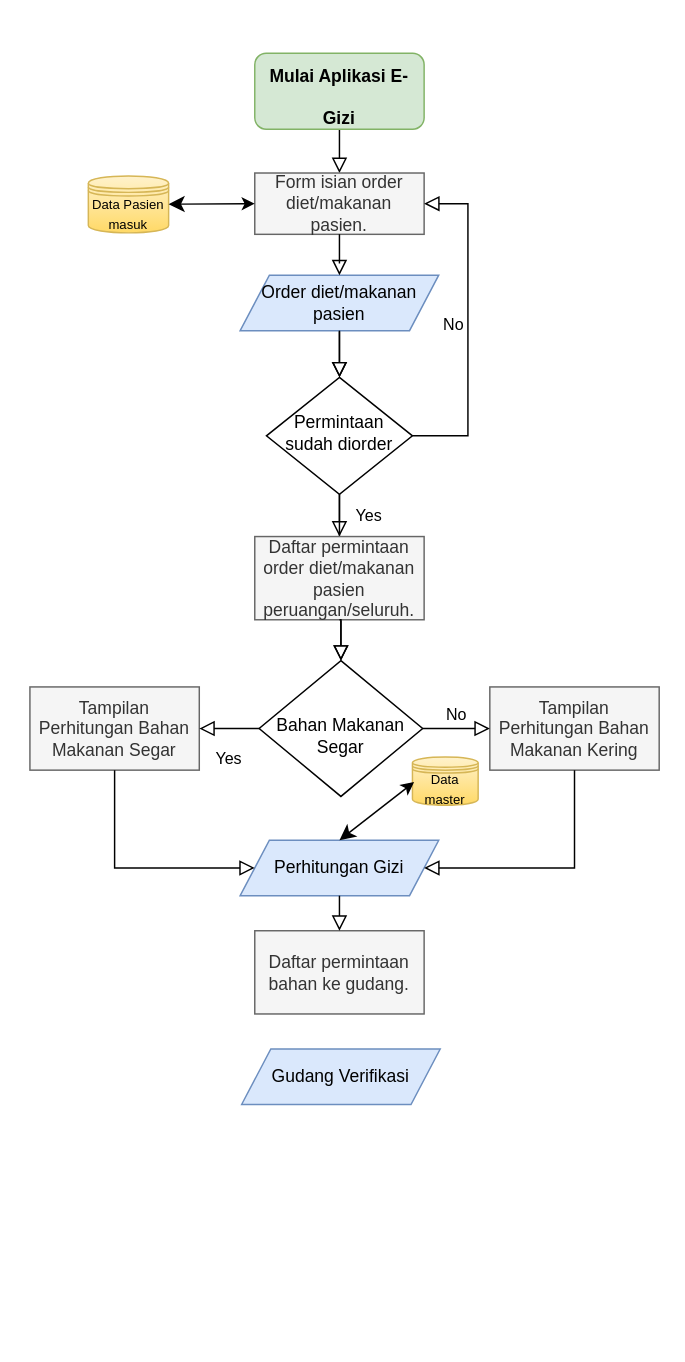
Earlier version of the draw.io diagram Untitled Diagram.drawio (YogaAPSY/blog). Source tidied: cells renumbered, new cells numbered last; positions are measured from the earlier drawing's top-left corner, leaving out a move shared by most shapes. Both pictures are drawn from the tidied source at 146%, with x=0, y=0 at pixel (29, 53).
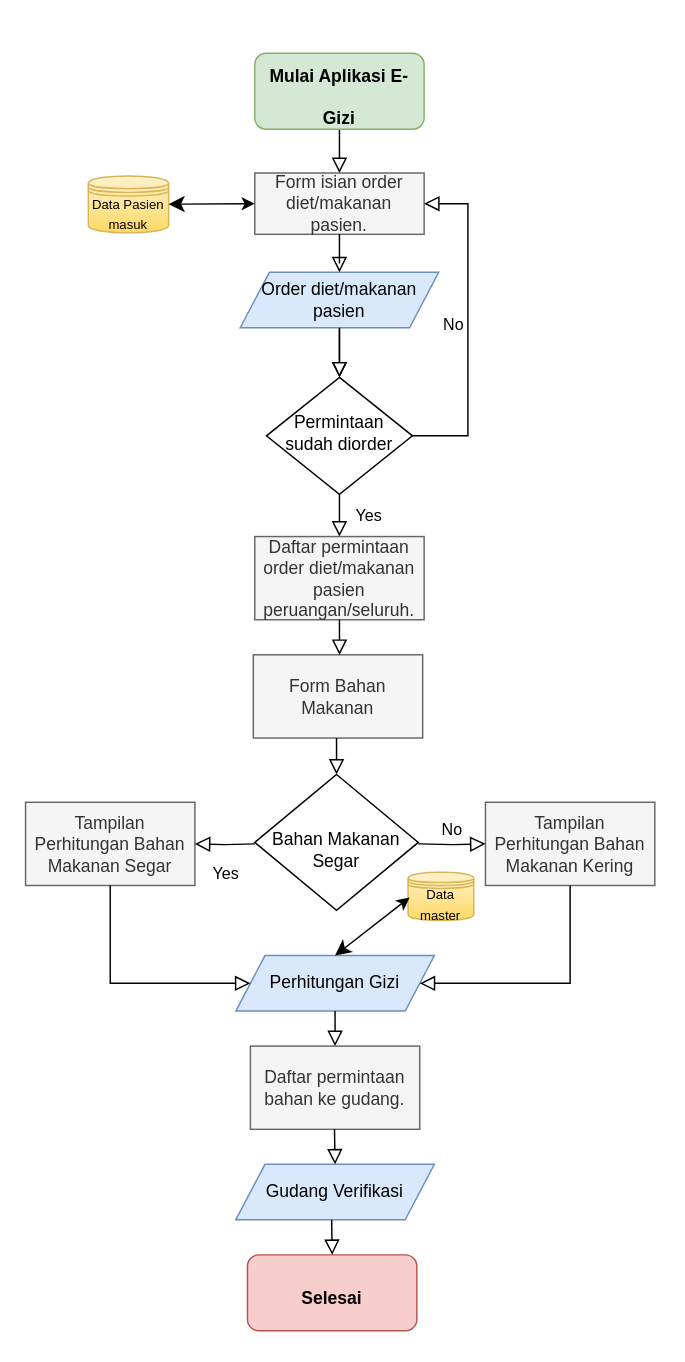
The same page after the edit.

The change refers to these unchanged cells:
```xml
<mxCell id="6" value="Permintaan sudah diorder" style="rhombus;whiteSpace=wrap;html=1;shadow=0;fontFamily=Helvetica;fontSize=12;align=center;strokeWidth=1;spacing=6;spacingTop=-4;" parent="1" vertex="1">
  <mxGeometry x="162" y="222" width="100" height="80" as="geometry" />
</mxCell>
<mxCell id="12" value="Daftar permintaan order diet/makanan pasien peruangan/seluruh." style="rounded=0;whiteSpace=wrap;html=1;fillColor=#f5f5f5;strokeColor=#666666;fontColor=#333333;" parent="1" vertex="1">
  <mxGeometry x="154" y="331" width="116" height="57" as="geometry" />
</mxCell>
```

Change to the diagram source:
```diff
@@
-    <mxCell id="5" style="edgeStyle=orthogonalEdgeStyle;shape=connector;rounded=0;jettySize=auto;html=1;shadow=0;labelBackgroundColor=none;labelBorderColor=none;fontFamily=Helvetica;fontSize=5;fontColor=default;endArrow=block;endFill=0;endSize=8;strokeColor=default;strokeWidth=1;" parent="1" edge="1" source="6" target="22">
-      <mxGeometry relative="1" as="geometry" />
-    </mxCell>
@@
     <mxCell id="9" value="Order diet/makanan pasien" style="shape=parallelogram;perimeter=parallelogramPerimeter;whiteSpace=wrap;html=1;fixedSize=1;fontSize=12;fillColor=#dae8fc;strokeColor=#6c8ebf;" parent="1" vertex="1">
-      <mxGeometry x="144" y="152" width="136" height="38" as="geometry" />
+      <mxGeometry x="144" y="150" width="136" height="38" as="geometry" />
     </mxCell>
@@
-    <mxCell id="16" style="rounded=0;html=1;jettySize=auto;fontSize=11;endArrow=block;endFill=0;endSize=8;strokeWidth=1;shadow=0;labelBackgroundColor=none;edgeStyle=orthogonalEdgeStyle;exitX=0.5;exitY=1;exitDx=0;exitDy=0;entryX=0.5;entryY=0;entryDx=0;entryDy=0;" parent="1" edge="1" source="12" target="22">
-      <mxGeometry relative="1" as="geometry" />
-    </mxCell>
     <mxCell id="17" value="Perhitungan Gizi" style="shape=parallelogram;perimeter=parallelogramPerimeter;whiteSpace=wrap;html=1;fixedSize=1;fontSize=12;fillColor=#dae8fc;strokeColor=#6c8ebf;" parent="1" vertex="1">
-      <mxGeometry x="144" y="539" width="136" height="38" as="geometry" />
+      <mxGeometry x="141" y="618" width="136" height="38" as="geometry" />
     </mxCell>
     <mxCell id="18" value="&lt;font style=&quot;font-size: 9px&quot;&gt;Data master&lt;/font&gt;" style="shape=datastore;whiteSpace=wrap;html=1;fontFamily=Helvetica;fontSize=11;fillColor=#fff2cc;gradientColor=#ffd966;strokeColor=#d6b656;" parent="1" vertex="1">
-      <mxGeometry x="262" y="482" width="45" height="33" as="geometry" />
+      <mxGeometry x="259" y="561" width="45" height="33" as="geometry" />
     </mxCell>
@@
     <mxCell id="20" value="Tampilan Perhitungan Bahan Makanan Segar" style="rounded=0;whiteSpace=wrap;html=1;fillColor=#f5f5f5;strokeColor=#666666;fontColor=#333333;" parent="1" vertex="1">
-      <mxGeometry y="434" width="116" height="57" as="geometry" />
+      <mxGeometry x="-3" y="513" width="116" height="57" as="geometry" />
     </mxCell>
     <mxCell id="21" value="Tampilan Perhitungan Bahan Makanan Kering" style="rounded=0;whiteSpace=wrap;html=1;fillColor=#f5f5f5;strokeColor=#666666;fontColor=#333333;" parent="1" vertex="1">
-      <mxGeometry x="315" y="434" width="116" height="57" as="geometry" />
+      <mxGeometry x="312" y="513" width="116" height="57" as="geometry" />
     </mxCell>
     <mxCell id="22" value="&lt;br&gt;Bahan Makanan Segar" style="rhombus;whiteSpace=wrap;html=1;shadow=0;fontFamily=Helvetica;fontSize=12;align=center;strokeWidth=1;spacing=6;spacingTop=-4;" parent="1" vertex="1">
-      <mxGeometry x="157" y="416" width="112" height="93" as="geometry" />
+      <mxGeometry x="154" y="494" width="112" height="93" as="geometry" />
     </mxCell>
-    <mxCell id="23" value="Yes" style="rounded=0;html=1;jettySize=auto;fontSize=11;endArrow=block;endFill=0;endSize=8;strokeWidth=1;shadow=0;labelBackgroundColor=none;edgeStyle=orthogonalEdgeStyle;exitX=0;exitY=0.5;exitDx=0;exitDy=0;entryX=1;entryY=0.5;entryDx=0;entryDy=0;" parent="1" edge="1" source="22" target="20">
-      <mxGeometry y="20" relative="1" as="geometry" />
+    <mxCell id="23" value="Yes" style="rounded=0;html=1;jettySize=auto;fontSize=11;endArrow=block;endFill=0;endSize=8;strokeWidth=1;shadow=0;labelBackgroundColor=none;edgeStyle=orthogonalEdgeStyle;exitX=0;exitY=0.5;exitDx=0;exitDy=0;entryX=1;entryY=0.5;entryDx=0;entryDy=0;" parent="1" edge="1" target="20">
+      <mxGeometry y="20" relative="1" as="geometry">
+        <mxPoint x="154" y="541.5" as="sourcePoint" />
+      </mxGeometry>
     </mxCell>
-    <mxCell id="24" value="No" style="edgeStyle=orthogonalEdgeStyle;rounded=0;html=1;jettySize=auto;fontSize=11;endArrow=block;endFill=0;endSize=8;strokeWidth=1;shadow=0;labelBackgroundColor=none;exitX=1;exitY=0.5;exitDx=0;exitDy=0;entryX=0;entryY=0.5;entryDx=0;entryDy=0;" parent="1" edge="1" source="22" target="21">
-      <mxGeometry y="10" relative="1" as="geometry" />
+    <mxCell id="24" value="No" style="edgeStyle=orthogonalEdgeStyle;rounded=0;html=1;jettySize=auto;fontSize=11;endArrow=block;endFill=0;endSize=8;strokeWidth=1;shadow=0;labelBackgroundColor=none;exitX=1;exitY=0.5;exitDx=0;exitDy=0;entryX=0;entryY=0.5;entryDx=0;entryDy=0;" parent="1" edge="1" target="21">
+      <mxGeometry y="10" relative="1" as="geometry">
+        <mxPoint x="266" y="541.5" as="sourcePoint" />
+      </mxGeometry>
     </mxCell>
     <mxCell id="25" style="rounded=0;html=1;jettySize=auto;fontSize=11;endArrow=block;endFill=0;endSize=8;strokeWidth=1;shadow=0;labelBackgroundColor=none;edgeStyle=orthogonalEdgeStyle;exitX=0.5;exitY=1;exitDx=0;exitDy=0;entryX=0;entryY=0.5;entryDx=0;entryDy=0;" parent="1" edge="1" source="20" target="17">
       <mxGeometry relative="1" as="geometry">
         <Array as="points">
-          <mxPoint x="58" y="558" />
+          <mxPoint x="55" y="637" />
         </Array>
       </mxGeometry>
     </mxCell>
     <mxCell id="26" style="rounded=0;html=1;jettySize=auto;fontSize=11;endArrow=block;endFill=0;endSize=8;strokeWidth=1;shadow=0;labelBackgroundColor=none;edgeStyle=orthogonalEdgeStyle;exitX=0.5;exitY=1;exitDx=0;exitDy=0;entryX=1;entryY=0.5;entryDx=0;entryDy=0;" parent="1" edge="1" source="21" target="17">
       <mxGeometry relative="1" as="geometry">
         <Array as="points">
-          <mxPoint x="373" y="558" />
+          <mxPoint x="370" y="637" />
         </Array>
       </mxGeometry>
     </mxCell>
     <mxCell id="27" value="Daftar permintaan bahan ke gudang." style="rounded=0;whiteSpace=wrap;html=1;fillColor=#f5f5f5;strokeColor=#666666;fontColor=#333333;" parent="1" vertex="1">
-      <mxGeometry x="154" y="601" width="116" height="57" as="geometry" />
+      <mxGeometry x="151" y="680" width="116" height="57" as="geometry" />
     </mxCell>
@@
     <mxCell id="29" value="Gudang Verifikasi" style="shape=parallelogram;perimeter=parallelogramPerimeter;whiteSpace=wrap;html=1;fixedSize=1;fontSize=12;fillColor=#dae8fc;strokeColor=#6c8ebf;" parent="1" vertex="1">
-      <mxGeometry x="145" y="682" width="136" height="38" as="geometry" />
+      <mxGeometry x="141" y="761" width="136" height="38" as="geometry" />
     </mxCell>
+    <mxCell id="30" value="Form Bahan Makanan" style="rounded=0;whiteSpace=wrap;html=1;fillColor=#f5f5f5;strokeColor=#666666;fontColor=#333333;" parent="1" vertex="1">
+      <mxGeometry x="153" y="412" width="116" height="57" as="geometry" />
+    </mxCell>
+    <mxCell id="31" style="rounded=0;html=1;jettySize=auto;fontSize=11;endArrow=block;endFill=0;endSize=8;strokeWidth=1;shadow=0;labelBackgroundColor=none;edgeStyle=orthogonalEdgeStyle;exitX=0.5;exitY=1;exitDx=0;exitDy=0;entryX=0.5;entryY=0;entryDx=0;entryDy=0;" parent="1" edge="1" target="29">
+      <mxGeometry relative="1" as="geometry">
+        <mxPoint x="208.6" y="737" as="sourcePoint" />
+      </mxGeometry>
+    </mxCell>
+    <mxCell id="32" value="&lt;h1&gt;&lt;font style=&quot;font-size: 12px&quot;&gt;Selesai&lt;/font&gt;&lt;/h1&gt;" style="rounded=1;whiteSpace=wrap;html=1;fontSize=12;glass=0;strokeWidth=1;shadow=0;fillColor=#f8cecc;fontStyle=1;strokeColor=#b85450;" parent="1" vertex="1">
+      <mxGeometry x="149" y="823" width="116" height="52" as="geometry" />
+    </mxCell>
+    <mxCell id="33" style="rounded=0;html=1;jettySize=auto;fontSize=11;endArrow=block;endFill=0;endSize=8;strokeWidth=1;shadow=0;labelBackgroundColor=none;edgeStyle=orthogonalEdgeStyle;exitX=0.5;exitY=1;exitDx=0;exitDy=0;entryX=0.509;entryY=0.001;entryDx=0;entryDy=0;entryPerimeter=0;" parent="1" edge="1" target="30">
+      <mxGeometry relative="1" as="geometry">
+        <mxPoint x="212" y="388" as="sourcePoint" />
+        <Array as="points">
+          <mxPoint x="212" y="412" />
+        </Array>
+      </mxGeometry>
+    </mxCell>
+    <mxCell id="34" style="rounded=0;html=1;jettySize=auto;fontSize=11;endArrow=block;endFill=0;endSize=8;strokeWidth=1;shadow=0;labelBackgroundColor=none;edgeStyle=orthogonalEdgeStyle;exitX=0.5;exitY=1;exitDx=0;exitDy=0;entryX=0.5;entryY=0;entryDx=0;entryDy=0;" parent="1" edge="1" target="22">
+      <mxGeometry relative="1" as="geometry">
+        <mxPoint x="210" y="469" as="sourcePoint" />
+      </mxGeometry>
+    </mxCell>
+    <mxCell id="35" style="rounded=0;html=1;jettySize=auto;fontSize=11;endArrow=block;endFill=0;endSize=8;strokeWidth=1;shadow=0;labelBackgroundColor=none;edgeStyle=orthogonalEdgeStyle;exitX=0.483;exitY=0.997;exitDx=0;exitDy=0;entryX=0.5;entryY=0;entryDx=0;entryDy=0;exitPerimeter=0;" parent="1" edge="1" source="29" target="32">
+      <mxGeometry relative="1" as="geometry" />
+    </mxCell>
```
